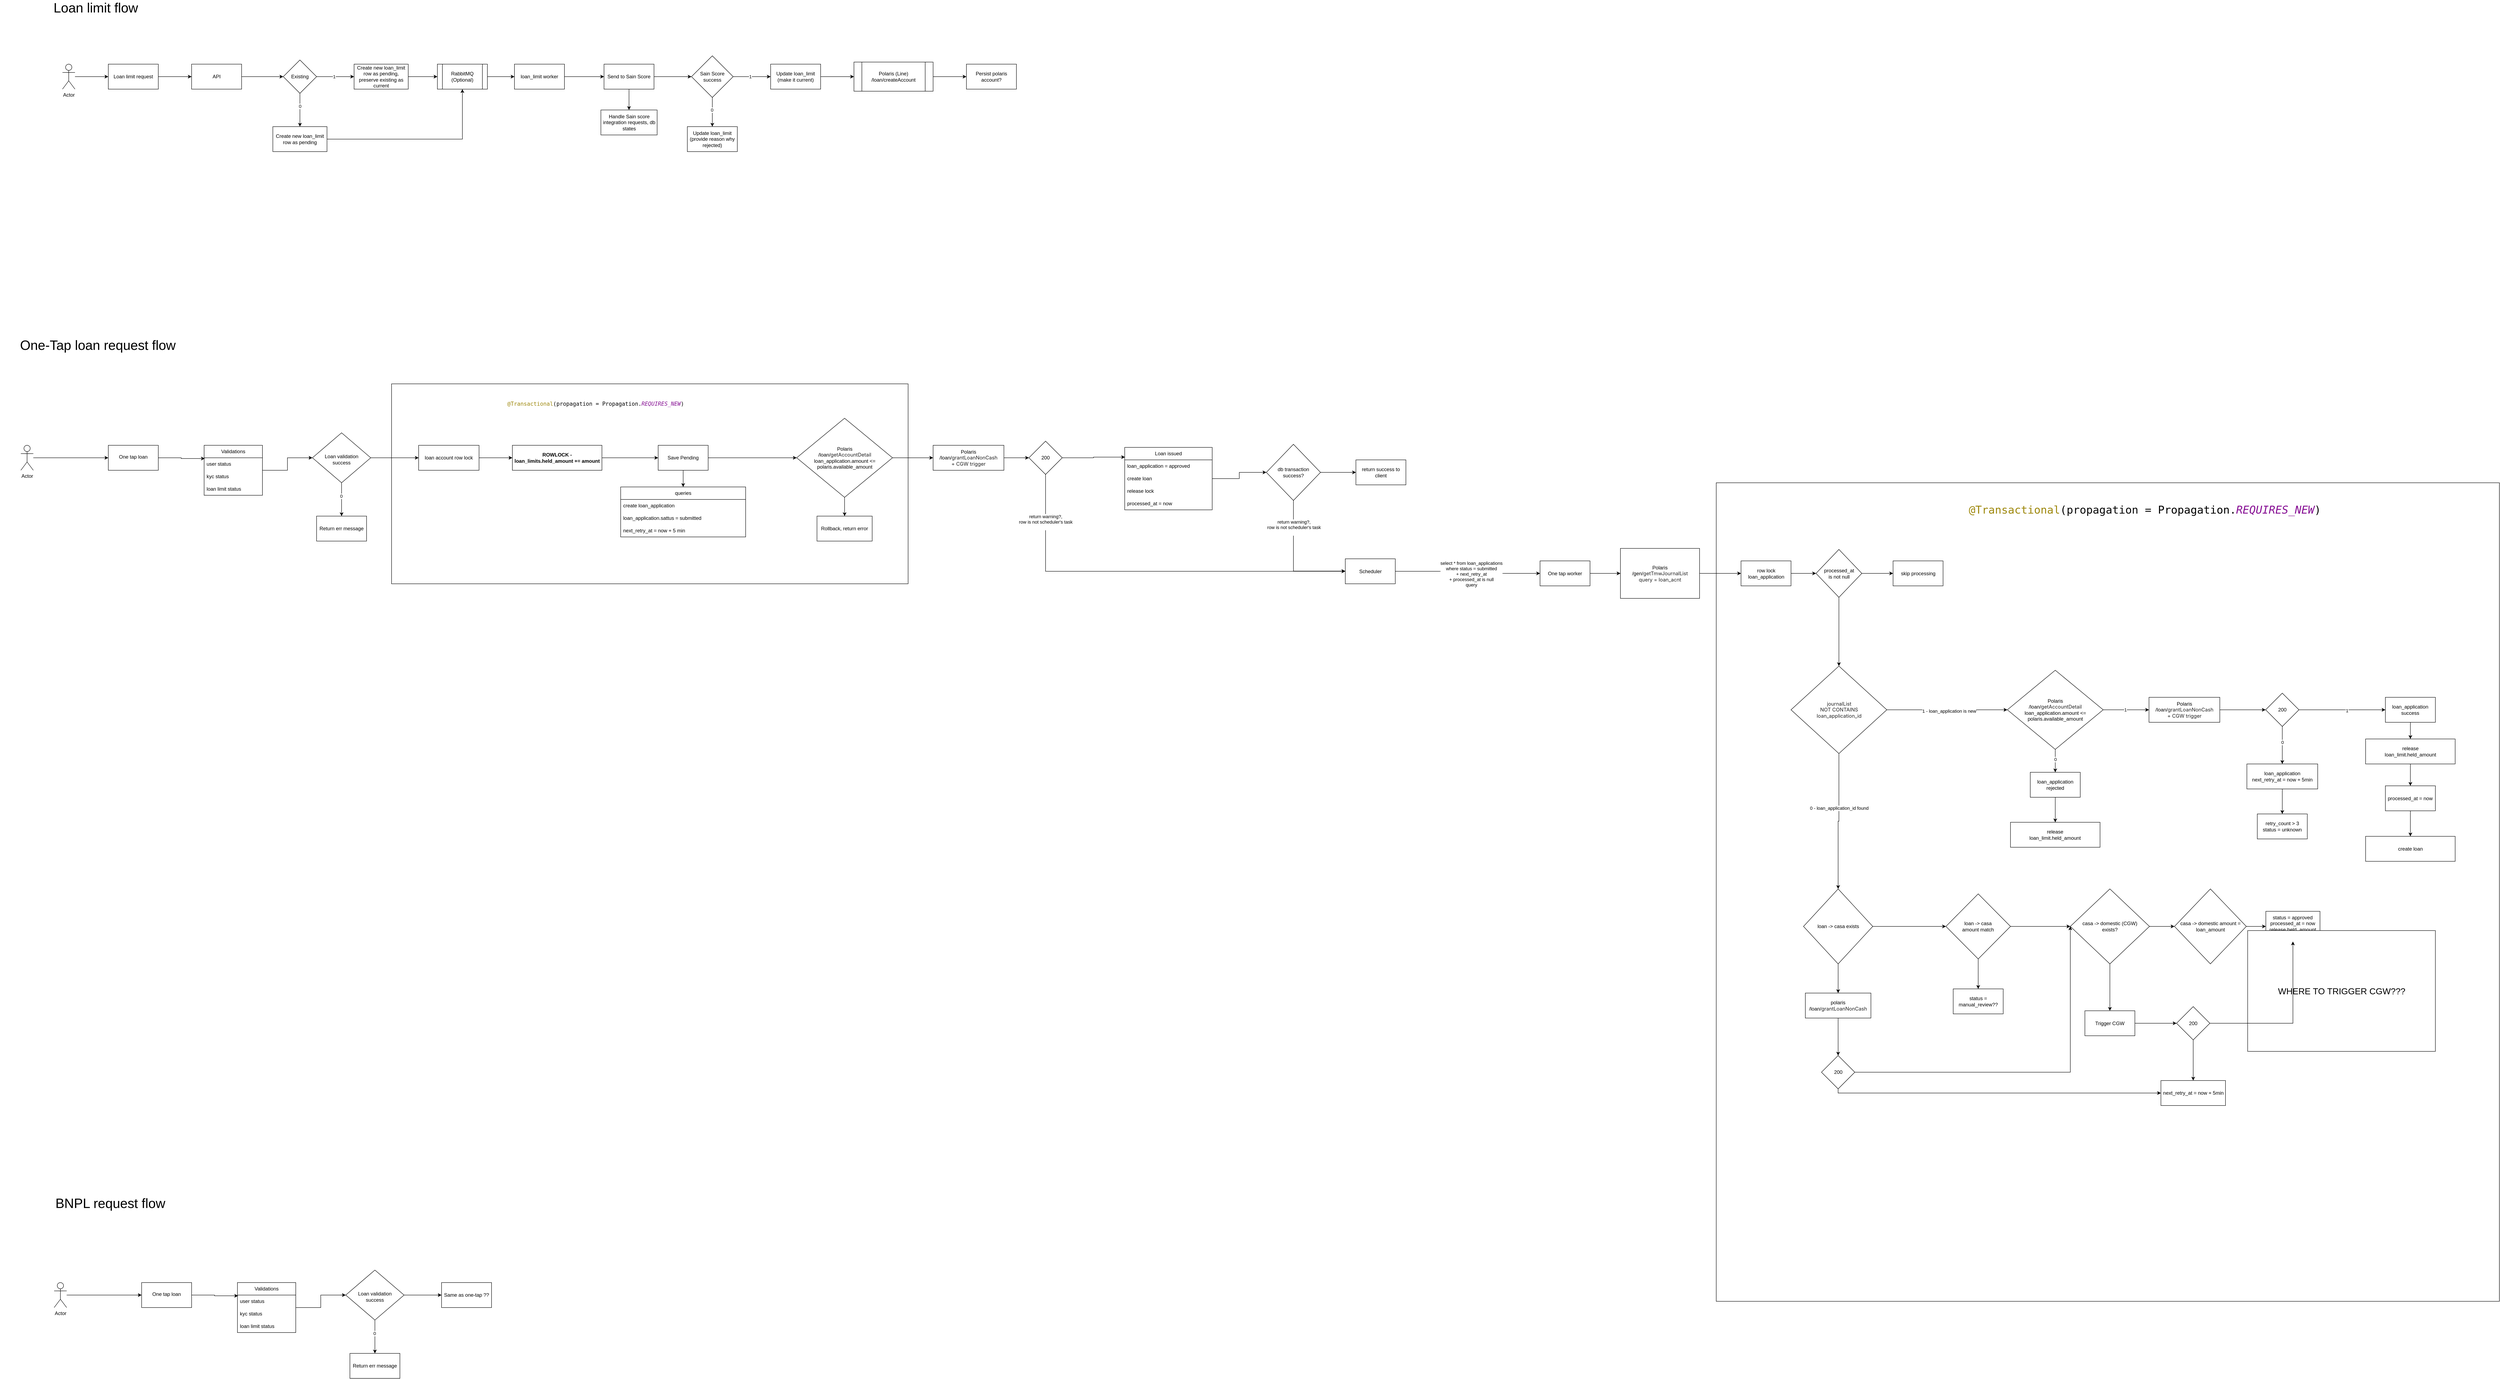
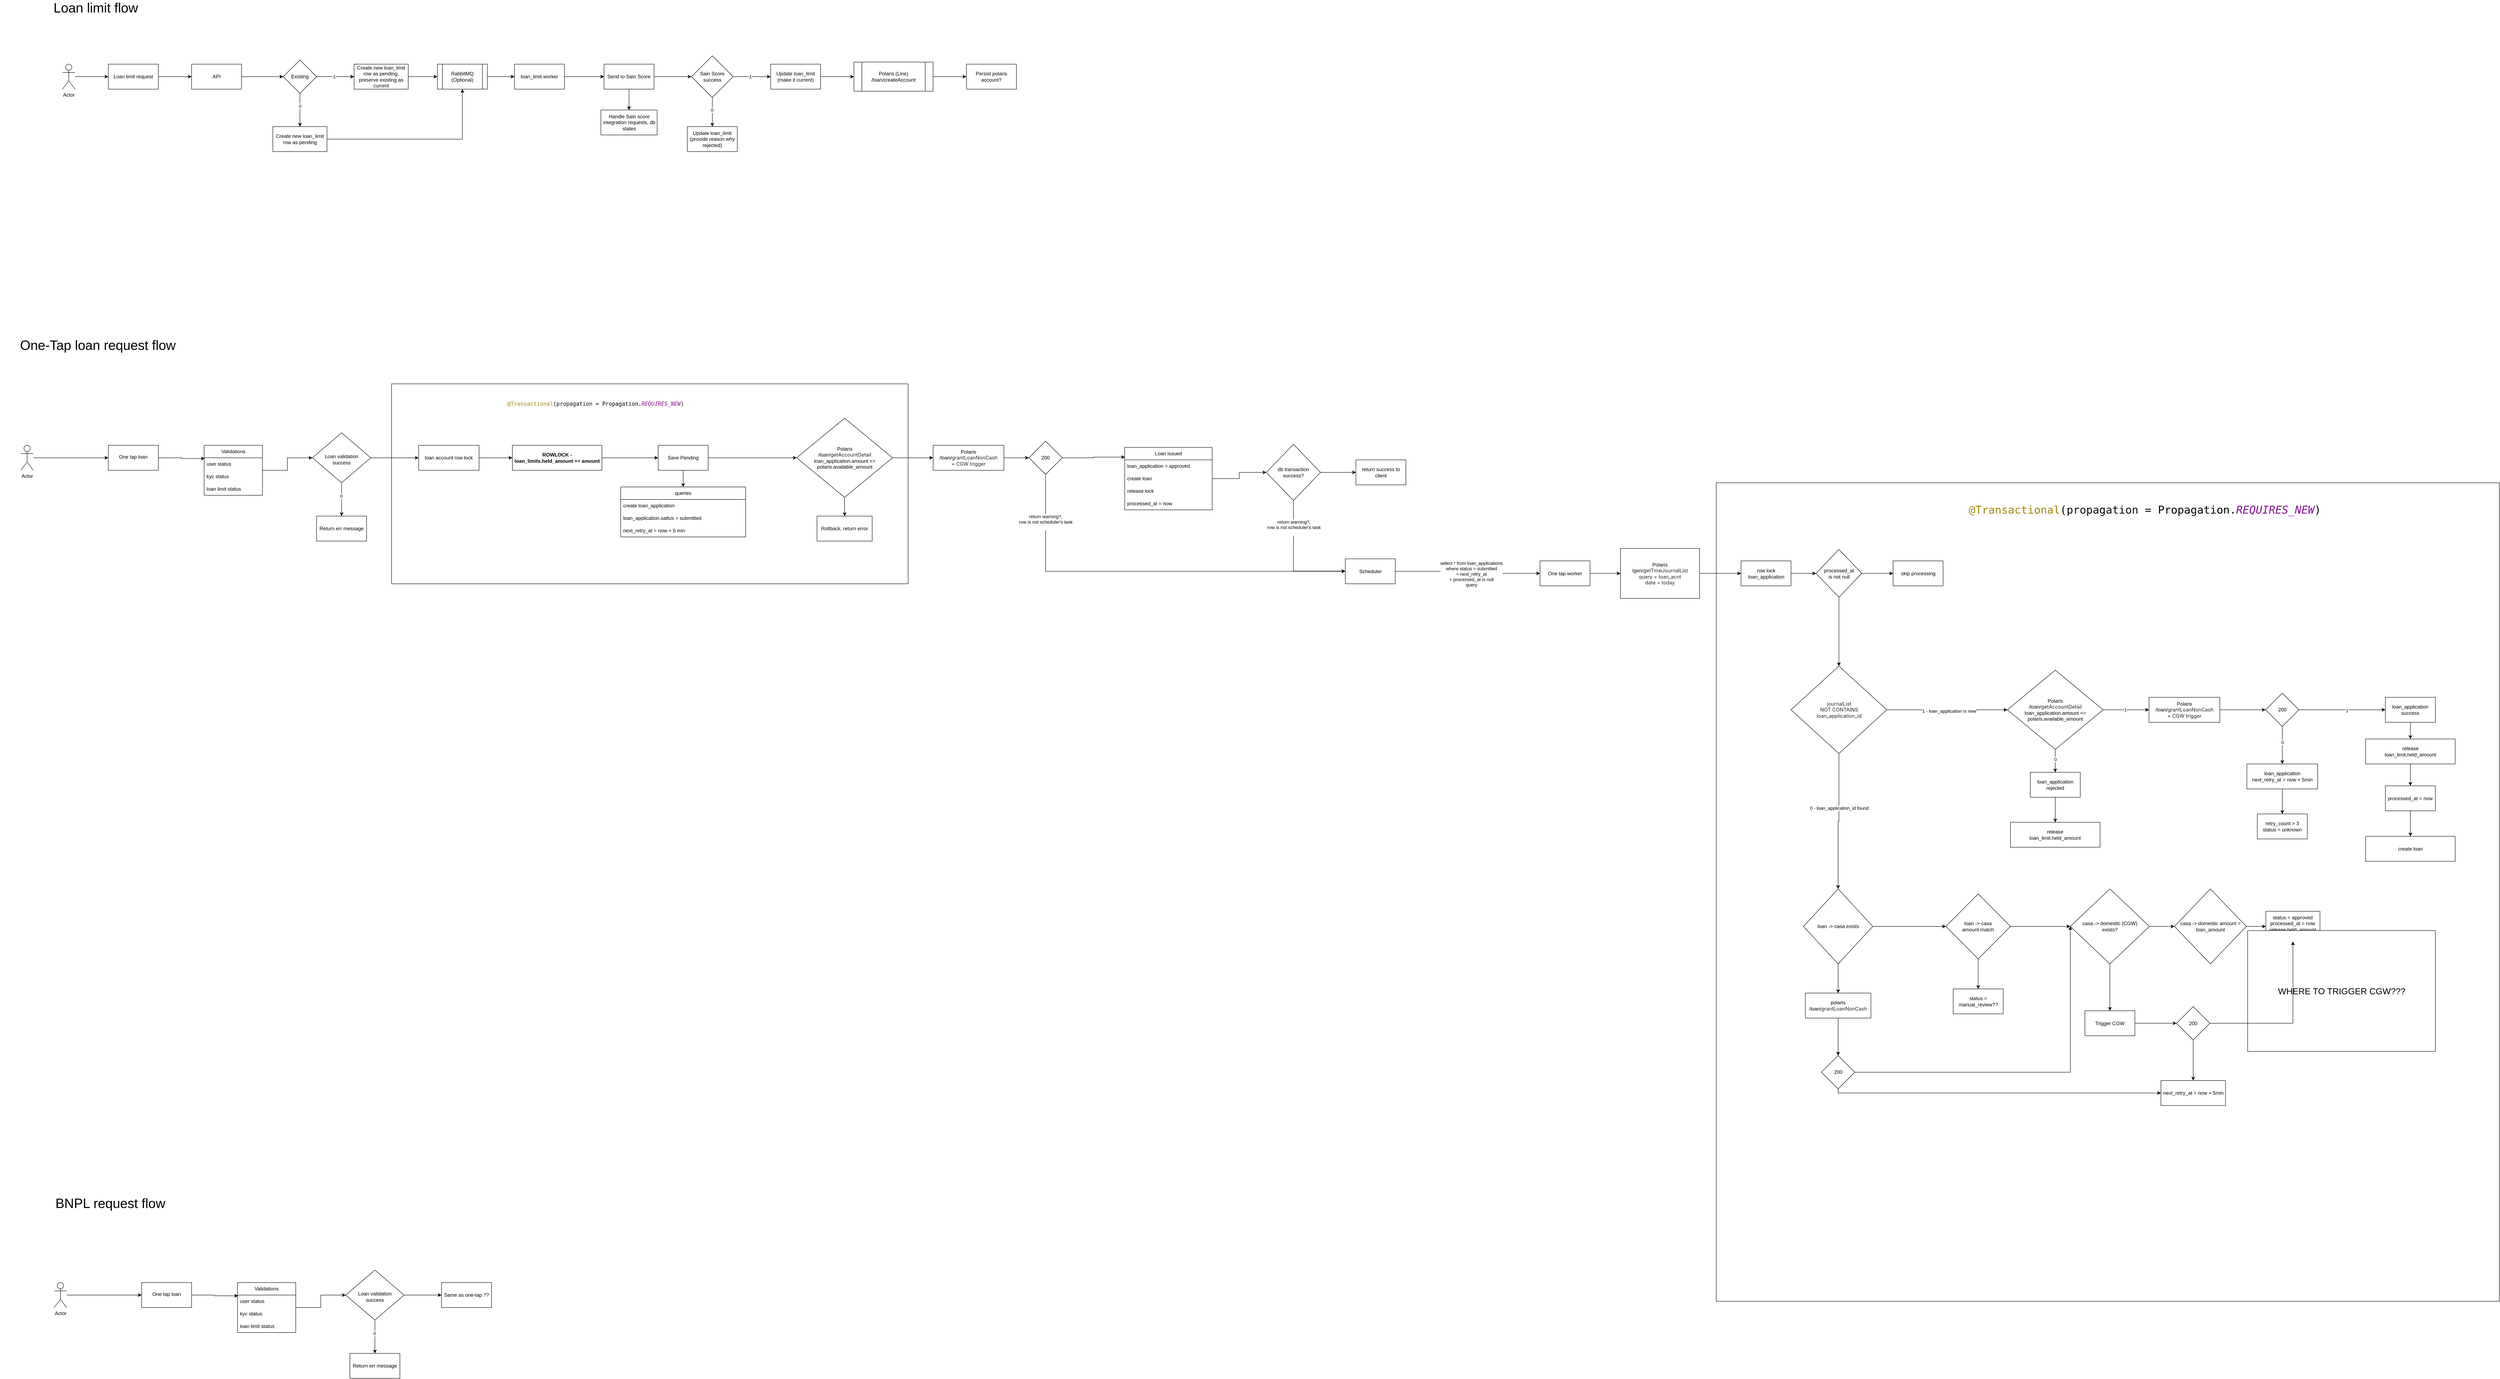
<mxfile host="app.diagrams.net">
  <diagram name="Page-1" id="VCBSuIh8bz7kurrQ0Zaz">
    <mxGraphModel dx="2067" dy="712" grid="1" gridSize="10" guides="1" tooltips="1" connect="1" arrows="1" fold="1" page="1" pageScale="1" pageWidth="850" pageHeight="1100" math="0" shadow="0">
      <root>
        <mxCell id="0" />
        <mxCell id="1" parent="0" />
        <mxCell id="In8fDh9ZLN2M87an2Miy-188" parent="1" style="rounded=0;whiteSpace=wrap;html=1;movable=0;resizable=0;rotatable=0;deletable=0;editable=0;locked=1;connectable=0;" value="" vertex="1">
          <mxGeometry height="1965" width="1880" x="4010" y="1215" as="geometry" />
        </mxCell>
        <mxCell id="In8fDh9ZLN2M87an2Miy-172" parent="1" style="rounded=0;whiteSpace=wrap;html=1;" value="" vertex="1">
          <mxGeometry height="480" width="1240" x="830" y="977.5" as="geometry" />
        </mxCell>
        <mxCell id="KqixbsF9o6dLofBvsG9t-5" edge="1" parent="1" source="KqixbsF9o6dLofBvsG9t-1" style="edgeStyle=orthogonalEdgeStyle;rounded=0;orthogonalLoop=1;jettySize=auto;html=1;" target="KqixbsF9o6dLofBvsG9t-4" value="">
          <mxGeometry relative="1" as="geometry" />
        </mxCell>
        <mxCell id="KqixbsF9o6dLofBvsG9t-1" parent="1" style="rounded=0;whiteSpace=wrap;html=1;" value="Loan limit request" vertex="1">
          <mxGeometry height="60" width="120" x="150" y="210" as="geometry" />
        </mxCell>
        <mxCell id="KqixbsF9o6dLofBvsG9t-3" edge="1" parent="1" source="KqixbsF9o6dLofBvsG9t-2" style="edgeStyle=orthogonalEdgeStyle;rounded=0;orthogonalLoop=1;jettySize=auto;html=1;" target="KqixbsF9o6dLofBvsG9t-1" value="">
          <mxGeometry relative="1" as="geometry" />
        </mxCell>
        <mxCell id="KqixbsF9o6dLofBvsG9t-2" parent="1" style="shape=umlActor;verticalLabelPosition=bottom;verticalAlign=top;html=1;outlineConnect=0;" value="Actor" vertex="1">
          <mxGeometry height="60" width="30" x="40" y="210" as="geometry" />
        </mxCell>
        <mxCell id="KqixbsF9o6dLofBvsG9t-9" edge="1" parent="1" source="KqixbsF9o6dLofBvsG9t-4" style="edgeStyle=orthogonalEdgeStyle;rounded=0;orthogonalLoop=1;jettySize=auto;html=1;" target="KqixbsF9o6dLofBvsG9t-8" value="">
          <mxGeometry relative="1" as="geometry" />
        </mxCell>
        <mxCell id="KqixbsF9o6dLofBvsG9t-4" parent="1" style="rounded=0;whiteSpace=wrap;html=1;" value="API" vertex="1">
          <mxGeometry height="60" width="120" x="350" y="210" as="geometry" />
        </mxCell>
        <mxCell id="KqixbsF9o6dLofBvsG9t-11" edge="1" parent="1" source="KqixbsF9o6dLofBvsG9t-8" style="edgeStyle=orthogonalEdgeStyle;rounded=0;orthogonalLoop=1;jettySize=auto;html=1;" target="KqixbsF9o6dLofBvsG9t-10" value="">
          <mxGeometry relative="1" as="geometry" />
        </mxCell>
        <mxCell id="KqixbsF9o6dLofBvsG9t-12" connectable="0" parent="KqixbsF9o6dLofBvsG9t-11" style="edgeLabel;html=1;align=center;verticalAlign=middle;resizable=0;points=[];" value="1" vertex="1">
          <mxGeometry relative="1" x="-0.079" as="geometry">
            <mxPoint as="offset" />
          </mxGeometry>
        </mxCell>
        <mxCell id="KqixbsF9o6dLofBvsG9t-14" edge="1" parent="1" source="KqixbsF9o6dLofBvsG9t-8" style="edgeStyle=orthogonalEdgeStyle;rounded=0;orthogonalLoop=1;jettySize=auto;html=1;" target="KqixbsF9o6dLofBvsG9t-13" value="">
          <mxGeometry relative="1" as="geometry" />
        </mxCell>
        <mxCell id="KqixbsF9o6dLofBvsG9t-15" connectable="0" parent="KqixbsF9o6dLofBvsG9t-14" style="edgeLabel;html=1;align=center;verticalAlign=middle;resizable=0;points=[];" value="0" vertex="1">
          <mxGeometry relative="1" x="-0.2407" as="geometry">
            <mxPoint as="offset" />
          </mxGeometry>
        </mxCell>
        <mxCell id="KqixbsF9o6dLofBvsG9t-8" parent="1" style="rhombus;whiteSpace=wrap;html=1;rounded=0;" value="Existing" vertex="1">
          <mxGeometry height="80" width="80" x="570" y="200" as="geometry" />
        </mxCell>
        <mxCell id="KqixbsF9o6dLofBvsG9t-23" edge="1" parent="1" source="KqixbsF9o6dLofBvsG9t-10" style="edgeStyle=orthogonalEdgeStyle;rounded=0;orthogonalLoop=1;jettySize=auto;html=1;" target="KqixbsF9o6dLofBvsG9t-22" value="">
          <mxGeometry relative="1" as="geometry" />
        </mxCell>
        <mxCell id="KqixbsF9o6dLofBvsG9t-10" parent="1" style="whiteSpace=wrap;html=1;rounded=0;" value="Create new loan_limit row as pending, preserve existing as current" vertex="1">
          <mxGeometry height="60" width="130" x="740" y="210" as="geometry" />
        </mxCell>
        <mxCell id="KqixbsF9o6dLofBvsG9t-26" edge="1" parent="1" source="KqixbsF9o6dLofBvsG9t-13" style="edgeStyle=orthogonalEdgeStyle;rounded=0;orthogonalLoop=1;jettySize=auto;html=1;entryX=0.5;entryY=1;entryDx=0;entryDy=0;" target="KqixbsF9o6dLofBvsG9t-22">
          <mxGeometry relative="1" as="geometry" />
        </mxCell>
        <mxCell id="KqixbsF9o6dLofBvsG9t-13" parent="1" style="whiteSpace=wrap;html=1;rounded=0;" value="Create new loan_limit row as pending" vertex="1">
          <mxGeometry height="60" width="130" x="545" y="360" as="geometry" />
        </mxCell>
        <mxCell id="KqixbsF9o6dLofBvsG9t-25" edge="1" parent="1" source="KqixbsF9o6dLofBvsG9t-22" style="edgeStyle=orthogonalEdgeStyle;rounded=0;orthogonalLoop=1;jettySize=auto;html=1;" target="KqixbsF9o6dLofBvsG9t-24" value="">
          <mxGeometry relative="1" as="geometry" />
        </mxCell>
        <mxCell id="KqixbsF9o6dLofBvsG9t-22" parent="1" style="shape=process;whiteSpace=wrap;html=1;backgroundOutline=1;rounded=0;" value="RabbitMQ (Optional)" vertex="1">
          <mxGeometry height="60" width="120" x="940" y="210" as="geometry" />
        </mxCell>
        <mxCell id="KqixbsF9o6dLofBvsG9t-28" edge="1" parent="1" source="KqixbsF9o6dLofBvsG9t-24" style="edgeStyle=orthogonalEdgeStyle;rounded=0;orthogonalLoop=1;jettySize=auto;html=1;" target="KqixbsF9o6dLofBvsG9t-27" value="">
          <mxGeometry relative="1" as="geometry" />
        </mxCell>
        <mxCell id="KqixbsF9o6dLofBvsG9t-24" parent="1" style="whiteSpace=wrap;html=1;rounded=0;" value="loan_limit worker" vertex="1">
          <mxGeometry height="60" width="120" x="1125" y="210" as="geometry" />
        </mxCell>
        <mxCell id="KqixbsF9o6dLofBvsG9t-30" edge="1" parent="1" source="KqixbsF9o6dLofBvsG9t-27" style="edgeStyle=orthogonalEdgeStyle;rounded=0;orthogonalLoop=1;jettySize=auto;html=1;" target="KqixbsF9o6dLofBvsG9t-29" value="">
          <mxGeometry relative="1" as="geometry" />
        </mxCell>
        <mxCell id="KqixbsF9o6dLofBvsG9t-38" edge="1" parent="1" source="KqixbsF9o6dLofBvsG9t-27" style="edgeStyle=orthogonalEdgeStyle;rounded=0;orthogonalLoop=1;jettySize=auto;html=1;" target="KqixbsF9o6dLofBvsG9t-37" value="">
          <mxGeometry relative="1" as="geometry" />
        </mxCell>
        <mxCell id="KqixbsF9o6dLofBvsG9t-27" parent="1" style="whiteSpace=wrap;html=1;rounded=0;" value="Send to Sain Score" vertex="1">
          <mxGeometry height="60" width="120" x="1340" y="210" as="geometry" />
        </mxCell>
        <mxCell id="KqixbsF9o6dLofBvsG9t-32" edge="1" parent="1" source="KqixbsF9o6dLofBvsG9t-29" style="edgeStyle=orthogonalEdgeStyle;rounded=0;orthogonalLoop=1;jettySize=auto;html=1;" target="KqixbsF9o6dLofBvsG9t-31" value="">
          <mxGeometry relative="1" as="geometry" />
        </mxCell>
        <mxCell id="KqixbsF9o6dLofBvsG9t-33" connectable="0" parent="KqixbsF9o6dLofBvsG9t-32" style="edgeLabel;html=1;align=center;verticalAlign=middle;resizable=0;points=[];" value="1" vertex="1">
          <mxGeometry relative="1" x="-0.1048" as="geometry">
            <mxPoint as="offset" />
          </mxGeometry>
        </mxCell>
        <mxCell id="KqixbsF9o6dLofBvsG9t-35" edge="1" parent="1" source="KqixbsF9o6dLofBvsG9t-29" style="edgeStyle=orthogonalEdgeStyle;rounded=0;orthogonalLoop=1;jettySize=auto;html=1;" target="KqixbsF9o6dLofBvsG9t-34" value="">
          <mxGeometry relative="1" as="geometry" />
        </mxCell>
        <mxCell id="KqixbsF9o6dLofBvsG9t-36" connectable="0" parent="KqixbsF9o6dLofBvsG9t-35" style="edgeLabel;html=1;align=center;verticalAlign=middle;resizable=0;points=[];" value="0" vertex="1">
          <mxGeometry relative="1" x="-0.1429" y="-1" as="geometry">
            <mxPoint as="offset" />
          </mxGeometry>
        </mxCell>
        <mxCell id="KqixbsF9o6dLofBvsG9t-29" parent="1" style="rhombus;whiteSpace=wrap;html=1;rounded=0;" value="Sain Score success" vertex="1">
          <mxGeometry height="100" width="100" x="1550" y="190" as="geometry" />
        </mxCell>
        <mxCell id="KqixbsF9o6dLofBvsG9t-66" edge="1" parent="1" source="KqixbsF9o6dLofBvsG9t-31" style="edgeStyle=orthogonalEdgeStyle;rounded=0;orthogonalLoop=1;jettySize=auto;html=1;" target="KqixbsF9o6dLofBvsG9t-65" value="">
          <mxGeometry relative="1" as="geometry" />
        </mxCell>
        <mxCell id="KqixbsF9o6dLofBvsG9t-31" parent="1" style="whiteSpace=wrap;html=1;rounded=0;" value="Update loan_limit (make it current)" vertex="1">
          <mxGeometry height="60" width="120" x="1740" y="210" as="geometry" />
        </mxCell>
        <mxCell id="KqixbsF9o6dLofBvsG9t-34" parent="1" style="whiteSpace=wrap;html=1;rounded=0;" value="Update loan_limit&lt;br&gt;(provide reason why rejected)" vertex="1">
          <mxGeometry height="60" width="120" x="1540" y="360" as="geometry" />
        </mxCell>
        <mxCell id="KqixbsF9o6dLofBvsG9t-37" parent="1" style="whiteSpace=wrap;html=1;rounded=0;" value="Handle Sain score integration requests, db states" vertex="1">
          <mxGeometry height="60" width="135" x="1332.5" y="320" as="geometry" />
        </mxCell>
        <mxCell id="KqixbsF9o6dLofBvsG9t-40" parent="1" style="text;html=1;whiteSpace=wrap;strokeColor=none;fillColor=none;align=center;verticalAlign=middle;rounded=0;fontSize=32;" value="Loan limit flow" vertex="1">
          <mxGeometry height="30" width="260" x="-10" y="60" as="geometry" />
        </mxCell>
        <mxCell id="KqixbsF9o6dLofBvsG9t-74" edge="1" parent="1" source="KqixbsF9o6dLofBvsG9t-65" style="edgeStyle=orthogonalEdgeStyle;rounded=0;orthogonalLoop=1;jettySize=auto;html=1;" target="KqixbsF9o6dLofBvsG9t-73" value="">
          <mxGeometry relative="1" as="geometry" />
        </mxCell>
        <mxCell id="KqixbsF9o6dLofBvsG9t-65" parent="1" style="shape=process;whiteSpace=wrap;html=1;backgroundOutline=1;rounded=0;" value="Polaris (Line)&lt;br&gt;/loan/createAccount" vertex="1">
          <mxGeometry height="70" width="190" x="1940" y="205" as="geometry" />
        </mxCell>
        <mxCell id="KqixbsF9o6dLofBvsG9t-73" parent="1" style="whiteSpace=wrap;html=1;rounded=0;" value="Persist polaris account?" vertex="1">
          <mxGeometry height="60" width="120" x="2210" y="210" as="geometry" />
        </mxCell>
        <mxCell id="U8Ajh8Gpa-m2DNKNFQys-1" parent="1" style="text;html=1;whiteSpace=wrap;strokeColor=none;fillColor=none;align=center;verticalAlign=middle;rounded=0;fontSize=32;" value="One-Tap loan request flow" vertex="1">
          <mxGeometry height="30" width="470" x="-110" y="870" as="geometry" />
        </mxCell>
        <mxCell id="In8fDh9ZLN2M87an2Miy-1" edge="1" parent="1" source="In8fDh9ZLN2M87an2Miy-2" style="edgeStyle=orthogonalEdgeStyle;rounded=0;orthogonalLoop=1;jettySize=auto;html=1;" target="In8fDh9ZLN2M87an2Miy-4" value="">
          <mxGeometry relative="1" as="geometry" />
        </mxCell>
        <mxCell id="In8fDh9ZLN2M87an2Miy-2" parent="1" style="shape=umlActor;verticalLabelPosition=bottom;verticalAlign=top;html=1;outlineConnect=0;" value="Actor" vertex="1">
          <mxGeometry height="60" width="30" x="-60" y="1125" as="geometry" />
        </mxCell>
        <mxCell id="In8fDh9ZLN2M87an2Miy-3" edge="1" parent="1" source="In8fDh9ZLN2M87an2Miy-4" style="edgeStyle=orthogonalEdgeStyle;rounded=0;orthogonalLoop=1;jettySize=auto;html=1;entryX=0.011;entryY=0.06;entryDx=0;entryDy=0;entryPerimeter=0;" target="In8fDh9ZLN2M87an2Miy-28" value="">
          <mxGeometry relative="1" as="geometry">
            <mxPoint x="360" y="1155" as="targetPoint" />
          </mxGeometry>
        </mxCell>
        <mxCell id="In8fDh9ZLN2M87an2Miy-4" parent="1" style="whiteSpace=wrap;html=1;verticalAlign=top;" value="&lt;div&gt;&lt;br&gt;&lt;/div&gt;&lt;div&gt;One tap loan&lt;/div&gt;" vertex="1">
          <mxGeometry height="60" width="120" x="150" y="1125" as="geometry" />
        </mxCell>
        <mxCell id="In8fDh9ZLN2M87an2Miy-7" edge="1" parent="1" source="In8fDh9ZLN2M87an2Miy-9" style="edgeStyle=orthogonalEdgeStyle;rounded=0;orthogonalLoop=1;jettySize=auto;html=1;" target="In8fDh9ZLN2M87an2Miy-13" value="">
          <mxGeometry relative="1" as="geometry" />
        </mxCell>
        <mxCell id="In8fDh9ZLN2M87an2Miy-8" connectable="0" parent="In8fDh9ZLN2M87an2Miy-7" style="edgeLabel;html=1;align=center;verticalAlign=middle;resizable=0;points=[];" value="0" vertex="1">
          <mxGeometry relative="1" x="-0.2091" y="-1" as="geometry">
            <mxPoint as="offset" />
          </mxGeometry>
        </mxCell>
        <mxCell id="In8fDh9ZLN2M87an2Miy-163" edge="1" parent="1" source="In8fDh9ZLN2M87an2Miy-9" style="edgeStyle=orthogonalEdgeStyle;rounded=0;orthogonalLoop=1;jettySize=auto;html=1;entryX=0;entryY=0.5;entryDx=0;entryDy=0;" target="In8fDh9ZLN2M87an2Miy-161">
          <mxGeometry relative="1" as="geometry" />
        </mxCell>
        <mxCell id="In8fDh9ZLN2M87an2Miy-9" parent="1" style="rhombus;whiteSpace=wrap;html=1;verticalAlign=top;" value="&lt;br&gt;&lt;br&gt;&lt;div&gt;&lt;br&gt;&lt;/div&gt;&lt;div&gt;Loan validation&lt;br&gt;success&lt;/div&gt;" vertex="1">
          <mxGeometry height="120" width="140" x="640" y="1095" as="geometry" />
        </mxCell>
        <mxCell id="In8fDh9ZLN2M87an2Miy-10" edge="1" parent="1" source="In8fDh9ZLN2M87an2Miy-12" style="edgeStyle=orthogonalEdgeStyle;rounded=0;orthogonalLoop=1;jettySize=auto;html=1;entryX=0.5;entryY=0;entryDx=0;entryDy=0;" target="In8fDh9ZLN2M87an2Miy-14">
          <mxGeometry relative="1" as="geometry" />
        </mxCell>
        <mxCell id="In8fDh9ZLN2M87an2Miy-54" edge="1" parent="1" source="In8fDh9ZLN2M87an2Miy-105" style="edgeStyle=orthogonalEdgeStyle;rounded=0;orthogonalLoop=1;jettySize=auto;html=1;exitX=1;exitY=0.5;exitDx=0;exitDy=0;" target="In8fDh9ZLN2M87an2Miy-53" value="">
          <mxGeometry relative="1" as="geometry">
            <mxPoint x="3329.5" y="1432.5" as="sourcePoint" />
          </mxGeometry>
        </mxCell>
        <mxCell id="In8fDh9ZLN2M87an2Miy-55" connectable="0" parent="In8fDh9ZLN2M87an2Miy-54" style="edgeLabel;html=1;align=center;verticalAlign=middle;resizable=0;points=[];" value="select * from loan_applications&lt;br&gt;where status = submitted&lt;br&gt;+ next_retry_at&lt;br&gt;+ processed_at is null&lt;br&gt;query" vertex="1">
          <mxGeometry relative="1" x="0.0637" y="-1" as="geometry">
            <mxPoint as="offset" />
          </mxGeometry>
        </mxCell>
        <mxCell id="In8fDh9ZLN2M87an2Miy-173" edge="1" parent="1" source="In8fDh9ZLN2M87an2Miy-12" style="edgeStyle=orthogonalEdgeStyle;rounded=0;orthogonalLoop=1;jettySize=auto;html=1;entryX=0;entryY=0.5;entryDx=0;entryDy=0;" target="In8fDh9ZLN2M87an2Miy-152">
          <mxGeometry relative="1" as="geometry" />
        </mxCell>
        <mxCell id="In8fDh9ZLN2M87an2Miy-12" parent="1" style="whiteSpace=wrap;html=1;verticalAlign=middle;" value="Save Pending" vertex="1">
          <mxGeometry height="60" width="120" x="1470" y="1125" as="geometry" />
        </mxCell>
        <mxCell id="In8fDh9ZLN2M87an2Miy-13" parent="1" style="whiteSpace=wrap;html=1;verticalAlign=middle;" value="Return err message" vertex="1">
          <mxGeometry height="60" width="120" x="650" y="1295" as="geometry" />
        </mxCell>
        <mxCell id="In8fDh9ZLN2M87an2Miy-14" parent="1" style="swimlane;fontStyle=0;childLayout=stackLayout;horizontal=1;startSize=30;horizontalStack=0;resizeParent=1;resizeParentMax=0;resizeLast=0;collapsible=1;marginBottom=0;whiteSpace=wrap;html=1;" value="queries" vertex="1">
          <mxGeometry height="120" width="300" x="1380" y="1225" as="geometry" />
        </mxCell>
        <mxCell id="In8fDh9ZLN2M87an2Miy-15" parent="In8fDh9ZLN2M87an2Miy-14" style="text;strokeColor=none;fillColor=none;align=left;verticalAlign=middle;spacingLeft=4;spacingRight=4;overflow=hidden;points=[[0,0.5],[1,0.5]];portConstraint=eastwest;rotatable=0;whiteSpace=wrap;html=1;" value="create loan_application" vertex="1">
          <mxGeometry height="30" width="300" y="30" as="geometry" />
        </mxCell>
        <mxCell id="In8fDh9ZLN2M87an2Miy-104" parent="In8fDh9ZLN2M87an2Miy-14" style="text;strokeColor=none;fillColor=none;align=left;verticalAlign=middle;spacingLeft=4;spacingRight=4;overflow=hidden;points=[[0,0.5],[1,0.5]];portConstraint=eastwest;rotatable=0;whiteSpace=wrap;html=1;" value="loan_application.sattus = submitted" vertex="1">
          <mxGeometry height="30" width="300" y="60" as="geometry" />
        </mxCell>
        <mxCell id="In8fDh9ZLN2M87an2Miy-17" parent="In8fDh9ZLN2M87an2Miy-14" style="text;strokeColor=none;fillColor=none;align=left;verticalAlign=middle;spacingLeft=4;spacingRight=4;overflow=hidden;points=[[0,0.5],[1,0.5]];portConstraint=eastwest;rotatable=0;whiteSpace=wrap;html=1;" value="next_retry_at = now + 5 min" vertex="1">
          <mxGeometry height="30" width="300" y="90" as="geometry" />
        </mxCell>
        <mxCell id="In8fDh9ZLN2M87an2Miy-32" edge="1" parent="1" source="In8fDh9ZLN2M87an2Miy-27" style="edgeStyle=orthogonalEdgeStyle;rounded=0;orthogonalLoop=1;jettySize=auto;html=1;entryX=0;entryY=0.5;entryDx=0;entryDy=0;" target="In8fDh9ZLN2M87an2Miy-9">
          <mxGeometry relative="1" as="geometry" />
        </mxCell>
        <mxCell id="In8fDh9ZLN2M87an2Miy-27" parent="1" style="swimlane;fontStyle=0;childLayout=stackLayout;horizontal=1;startSize=30;horizontalStack=0;resizeParent=1;resizeParentMax=0;resizeLast=0;collapsible=1;marginBottom=0;whiteSpace=wrap;html=1;" value="Validations" vertex="1">
          <mxGeometry height="120" width="140" x="380" y="1125" as="geometry" />
        </mxCell>
        <mxCell id="In8fDh9ZLN2M87an2Miy-28" parent="In8fDh9ZLN2M87an2Miy-27" style="text;strokeColor=none;fillColor=none;align=left;verticalAlign=middle;spacingLeft=4;spacingRight=4;overflow=hidden;points=[[0,0.5],[1,0.5]];portConstraint=eastwest;rotatable=0;whiteSpace=wrap;html=1;" value="user status" vertex="1">
          <mxGeometry height="30" width="140" y="30" as="geometry" />
        </mxCell>
        <mxCell id="In8fDh9ZLN2M87an2Miy-29" parent="In8fDh9ZLN2M87an2Miy-27" style="text;strokeColor=none;fillColor=none;align=left;verticalAlign=middle;spacingLeft=4;spacingRight=4;overflow=hidden;points=[[0,0.5],[1,0.5]];portConstraint=eastwest;rotatable=0;whiteSpace=wrap;html=1;" value="kyc status" vertex="1">
          <mxGeometry height="30" width="140" y="60" as="geometry" />
        </mxCell>
        <mxCell id="In8fDh9ZLN2M87an2Miy-33" parent="In8fDh9ZLN2M87an2Miy-27" style="text;strokeColor=none;fillColor=none;align=left;verticalAlign=middle;spacingLeft=4;spacingRight=4;overflow=hidden;points=[[0,0.5],[1,0.5]];portConstraint=eastwest;rotatable=0;whiteSpace=wrap;html=1;" value="loan limit status" vertex="1">
          <mxGeometry height="30" width="140" y="90" as="geometry" />
        </mxCell>
        <mxCell id="In8fDh9ZLN2M87an2Miy-116" edge="1" parent="1" source="In8fDh9ZLN2M87an2Miy-53" style="edgeStyle=orthogonalEdgeStyle;rounded=0;orthogonalLoop=1;jettySize=auto;html=1;entryX=0;entryY=0.5;entryDx=0;entryDy=0;" target="In8fDh9ZLN2M87an2Miy-68">
          <mxGeometry relative="1" as="geometry" />
        </mxCell>
        <mxCell id="In8fDh9ZLN2M87an2Miy-53" parent="1" style="whiteSpace=wrap;html=1;" value="One tap worker" vertex="1">
          <mxGeometry height="60" width="120" x="3587" y="1402.5" as="geometry" />
        </mxCell>
        <mxCell id="In8fDh9ZLN2M87an2Miy-67" edge="1" parent="1" source="In8fDh9ZLN2M87an2Miy-58" style="edgeStyle=orthogonalEdgeStyle;rounded=0;orthogonalLoop=1;jettySize=auto;html=1;entryX=0;entryY=0.5;entryDx=0;entryDy=0;" target="In8fDh9ZLN2M87an2Miy-66" value="">
          <mxGeometry relative="1" as="geometry">
            <mxPoint x="5343.87" y="1760" as="targetPoint" />
          </mxGeometry>
        </mxCell>
        <mxCell id="In8fDh9ZLN2M87an2Miy-58" parent="1" style="whiteSpace=wrap;html=1;" value="Polaris /loan/&lt;span style=&quot;color: rgb(33, 33, 33); font-family: Inter, system-ui, -apple-system, &amp;quot;system-ui&amp;quot;, &amp;quot;Segoe UI&amp;quot;, Roboto, Oxygen, Ubuntu, Cantarell, &amp;quot;Fira Sans&amp;quot;, &amp;quot;Droid Sans&amp;quot;, Helvetica, Arial, sans-serif; text-align: left; white-space: pre-wrap; background-color: rgb(255, 255, 255);&quot;&gt;grantLoanNonCash&lt;br/&gt;+ CGW trigger&lt;/span&gt;" vertex="1">
          <mxGeometry height="60" width="170" x="5048.87" y="1730" as="geometry" />
        </mxCell>
        <mxCell id="In8fDh9ZLN2M87an2Miy-62" edge="1" parent="1" source="In8fDh9ZLN2M87an2Miy-59" style="edgeStyle=orthogonalEdgeStyle;rounded=0;orthogonalLoop=1;jettySize=auto;html=1;" target="In8fDh9ZLN2M87an2Miy-61" value="">
          <mxGeometry relative="1" as="geometry" />
        </mxCell>
        <mxCell id="In8fDh9ZLN2M87an2Miy-91" connectable="0" parent="In8fDh9ZLN2M87an2Miy-62" style="edgeLabel;html=1;align=center;verticalAlign=middle;resizable=0;points=[];" value="0" vertex="1">
          <mxGeometry relative="1" x="-0.1431" as="geometry">
            <mxPoint as="offset" />
          </mxGeometry>
        </mxCell>
        <mxCell id="In8fDh9ZLN2M87an2Miy-65" edge="1" parent="1" source="In8fDh9ZLN2M87an2Miy-59" style="edgeStyle=orthogonalEdgeStyle;rounded=0;orthogonalLoop=1;jettySize=auto;html=1;" target="In8fDh9ZLN2M87an2Miy-58">
          <mxGeometry relative="1" as="geometry" />
        </mxCell>
        <mxCell id="In8fDh9ZLN2M87an2Miy-90" connectable="0" parent="In8fDh9ZLN2M87an2Miy-65" style="edgeLabel;html=1;align=center;verticalAlign=middle;resizable=0;points=[];" value="1" vertex="1">
          <mxGeometry relative="1" x="-0.0451" as="geometry">
            <mxPoint as="offset" />
          </mxGeometry>
        </mxCell>
        <mxCell id="In8fDh9ZLN2M87an2Miy-59" parent="1" style="rhombus;whiteSpace=wrap;html=1;" value="Polaris&lt;br&gt;/loan/&lt;span style=&quot;color: rgb(33, 33, 33); font-family: Inter, system-ui, -apple-system, &amp;quot;system-ui&amp;quot;, &amp;quot;Segoe UI&amp;quot;, Roboto, Oxygen, Ubuntu, Cantarell, &amp;quot;Fira Sans&amp;quot;, &amp;quot;Droid Sans&amp;quot;, Helvetica, Arial, sans-serif; text-align: left; white-space: pre-wrap; background-color: rgb(255, 255, 255);&quot;&gt;getAccountDetail&lt;/span&gt;&lt;br&gt;loan_application.amount &amp;lt;= polaris.available_amount" vertex="1">
          <mxGeometry height="190" width="230" x="4708.87" y="1665" as="geometry" />
        </mxCell>
        <mxCell id="In8fDh9ZLN2M87an2Miy-64" edge="1" parent="1" source="In8fDh9ZLN2M87an2Miy-61" style="edgeStyle=orthogonalEdgeStyle;rounded=0;orthogonalLoop=1;jettySize=auto;html=1;" target="In8fDh9ZLN2M87an2Miy-63" value="">
          <mxGeometry relative="1" as="geometry" />
        </mxCell>
        <mxCell id="In8fDh9ZLN2M87an2Miy-61" parent="1" style="whiteSpace=wrap;html=1;" value="loan_application&lt;br&gt;rejected" vertex="1">
          <mxGeometry height="60" width="120" x="4763.87" y="1910" as="geometry" />
        </mxCell>
        <mxCell id="In8fDh9ZLN2M87an2Miy-63" parent="1" style="whiteSpace=wrap;html=1;" value="release &lt;br&gt;loan_limit.held_amount" vertex="1">
          <mxGeometry height="60" width="215" x="4716.37" y="2030" as="geometry" />
        </mxCell>
        <mxCell id="In8fDh9ZLN2M87an2Miy-81" edge="1" parent="1" source="In8fDh9ZLN2M87an2Miy-66" style="edgeStyle=orthogonalEdgeStyle;rounded=0;orthogonalLoop=1;jettySize=auto;html=1;entryX=0;entryY=0.5;entryDx=0;entryDy=0;" target="In8fDh9ZLN2M87an2Miy-79">
          <mxGeometry relative="1" as="geometry" />
        </mxCell>
        <mxCell id="In8fDh9ZLN2M87an2Miy-92" connectable="0" parent="In8fDh9ZLN2M87an2Miy-81" style="edgeLabel;html=1;align=center;verticalAlign=middle;resizable=0;points=[];" value="1" vertex="1">
          <mxGeometry relative="1" x="0.1055" y="-2" as="geometry">
            <mxPoint as="offset" />
          </mxGeometry>
        </mxCell>
        <mxCell id="In8fDh9ZLN2M87an2Miy-83" edge="1" parent="1" source="In8fDh9ZLN2M87an2Miy-66" style="edgeStyle=orthogonalEdgeStyle;rounded=0;orthogonalLoop=1;jettySize=auto;html=1;" target="In8fDh9ZLN2M87an2Miy-82" value="">
          <mxGeometry relative="1" as="geometry" />
        </mxCell>
        <mxCell id="In8fDh9ZLN2M87an2Miy-93" connectable="0" parent="In8fDh9ZLN2M87an2Miy-83" style="edgeLabel;html=1;align=center;verticalAlign=middle;resizable=0;points=[];" value="0" vertex="1">
          <mxGeometry relative="1" x="-0.1623" as="geometry">
            <mxPoint as="offset" />
          </mxGeometry>
        </mxCell>
        <mxCell id="In8fDh9ZLN2M87an2Miy-66" parent="1" style="rhombus;whiteSpace=wrap;html=1;" value="200" vertex="1">
          <mxGeometry height="80" width="80" x="5328.87" y="1720" as="geometry" />
        </mxCell>
        <mxCell id="In8fDh9ZLN2M87an2Miy-119" edge="1" parent="1" source="In8fDh9ZLN2M87an2Miy-68" style="edgeStyle=orthogonalEdgeStyle;rounded=0;orthogonalLoop=1;jettySize=auto;html=1;" target="In8fDh9ZLN2M87an2Miy-118" value="">
          <mxGeometry relative="1" as="geometry" />
        </mxCell>
-         <mxCell id="In8fDh9ZLN2M87an2Miy-68" parent="1" style="whiteSpace=wrap;html=1;" value="Polaris&lt;br&gt;/gen/&lt;span style=&quot;white-space: pre-wrap; color: rgb(33, 33, 33); font-family: Inter, system-ui, -apple-system, &amp;quot;system-ui&amp;quot;, &amp;quot;Segoe UI&amp;quot;, Roboto, Oxygen, Ubuntu, Cantarell, &amp;quot;Fira Sans&amp;quot;, &amp;quot;Droid Sans&amp;quot;, Helvetica, Arial, sans-serif; text-align: left; background-color: rgb(255, 255, 255);&quot;&gt;getTmwJournalList&lt;br&gt;query = loan_acnt&lt;/span&gt;" vertex="1">
+         <mxCell id="In8fDh9ZLN2M87an2Miy-68" parent="1" style="whiteSpace=wrap;html=1;" value="Polaris&lt;br&gt;/gen/&lt;span style=&quot;white-space: pre-wrap; color: rgb(33, 33, 33); font-family: Inter, system-ui, -apple-system, &amp;quot;system-ui&amp;quot;, &amp;quot;Segoe UI&amp;quot;, Roboto, Oxygen, Ubuntu, Cantarell, &amp;quot;Fira Sans&amp;quot;, &amp;quot;Droid Sans&amp;quot;, Helvetica, Arial, sans-serif; text-align: left; background-color: rgb(255, 255, 255);&quot;&gt;getTmwJournalList&lt;br&gt;query = loan_acnt&lt;br/&gt;date = today&lt;/span&gt;" vertex="1">
          <mxGeometry height="120" width="190" x="3780" y="1372.5" as="geometry" />
        </mxCell>
        <mxCell id="In8fDh9ZLN2M87an2Miy-71" edge="1" parent="1" source="In8fDh9ZLN2M87an2Miy-69" style="edgeStyle=orthogonalEdgeStyle;rounded=0;orthogonalLoop=1;jettySize=auto;html=1;entryX=0;entryY=0.5;entryDx=0;entryDy=0;" target="In8fDh9ZLN2M87an2Miy-59">
          <mxGeometry relative="1" as="geometry" />
        </mxCell>
        <mxCell id="In8fDh9ZLN2M87an2Miy-77" connectable="0" parent="In8fDh9ZLN2M87an2Miy-71" style="edgeLabel;html=1;align=center;verticalAlign=middle;resizable=0;points=[];" value="1 - loan_application is new" vertex="1">
          <mxGeometry relative="1" x="0.0312" y="-3" as="geometry">
            <mxPoint as="offset" />
          </mxGeometry>
        </mxCell>
        <mxCell id="In8fDh9ZLN2M87an2Miy-73" edge="1" parent="1" source="In8fDh9ZLN2M87an2Miy-69" style="edgeStyle=orthogonalEdgeStyle;rounded=0;orthogonalLoop=1;jettySize=auto;html=1;entryX=0.5;entryY=0;entryDx=0;entryDy=0;" target="In8fDh9ZLN2M87an2Miy-111" value="">
          <mxGeometry relative="1" as="geometry">
            <mxPoint x="4303.87" y="1960" as="targetPoint" />
          </mxGeometry>
        </mxCell>
        <mxCell id="In8fDh9ZLN2M87an2Miy-74" connectable="0" parent="In8fDh9ZLN2M87an2Miy-73" style="edgeLabel;html=1;align=center;verticalAlign=middle;resizable=0;points=[];" value="0 - loan_application_id found" vertex="1">
          <mxGeometry relative="1" x="-0.1975" as="geometry">
            <mxPoint as="offset" />
          </mxGeometry>
        </mxCell>
        <mxCell id="In8fDh9ZLN2M87an2Miy-69" parent="1" style="rhombus;whiteSpace=wrap;html=1;verticalAlign=middle;" value="&lt;div style=&quot;text-align: center;&quot;&gt;&lt;span style=&quot;background-color: light-dark(rgb(255, 255, 255), rgb(18, 18, 18)); color: light-dark(rgb(33, 33, 33), rgb(209, 209, 209)); font-family: Inter, system-ui, -apple-system, &amp;quot;system-ui&amp;quot;, &amp;quot;Segoe UI&amp;quot;, Roboto, Oxygen, Ubuntu, Cantarell, &amp;quot;Fira Sans&amp;quot;, &amp;quot;Droid Sans&amp;quot;, Helvetica, Arial, sans-serif; text-align: left; white-space: pre-wrap;&quot;&gt;journalList&lt;br&gt;NOT CONTAINS&lt;/span&gt;&lt;/div&gt;&lt;span style=&quot;white-space: pre-wrap; color: rgb(33, 33, 33); font-family: Inter, system-ui, -apple-system, &amp;quot;system-ui&amp;quot;, &amp;quot;Segoe UI&amp;quot;, Roboto, Oxygen, Ubuntu, Cantarell, &amp;quot;Fira Sans&amp;quot;, &amp;quot;Droid Sans&amp;quot;, Helvetica, Arial, sans-serif; text-align: left; background-color: rgb(255, 255, 255);&quot;&gt;loan_application_id&lt;/span&gt;" vertex="1">
          <mxGeometry height="210" width="230" x="4189.5" y="1655" as="geometry" />
        </mxCell>
        <mxCell id="In8fDh9ZLN2M87an2Miy-78" edge="1" parent="1" source="In8fDh9ZLN2M87an2Miy-79" style="edgeStyle=orthogonalEdgeStyle;rounded=0;orthogonalLoop=1;jettySize=auto;html=1;" target="In8fDh9ZLN2M87an2Miy-80" value="">
          <mxGeometry relative="1" as="geometry" />
        </mxCell>
        <mxCell id="In8fDh9ZLN2M87an2Miy-79" parent="1" style="whiteSpace=wrap;html=1;" value="loan_application&lt;br&gt;success" vertex="1">
          <mxGeometry height="60" width="120" x="5616.37" y="1730" as="geometry" />
        </mxCell>
        <mxCell id="In8fDh9ZLN2M87an2Miy-132" edge="1" parent="1" source="In8fDh9ZLN2M87an2Miy-80" style="edgeStyle=orthogonalEdgeStyle;rounded=0;orthogonalLoop=1;jettySize=auto;html=1;" target="In8fDh9ZLN2M87an2Miy-131" value="">
          <mxGeometry relative="1" as="geometry" />
        </mxCell>
        <mxCell id="In8fDh9ZLN2M87an2Miy-80" parent="1" style="whiteSpace=wrap;html=1;" value="release &lt;br&gt;loan_limit.held_amount" vertex="1">
          <mxGeometry height="60" width="215" x="5568.87" y="1830" as="geometry" />
        </mxCell>
        <mxCell id="In8fDh9ZLN2M87an2Miy-95" edge="1" parent="1" source="In8fDh9ZLN2M87an2Miy-82" style="edgeStyle=orthogonalEdgeStyle;rounded=0;orthogonalLoop=1;jettySize=auto;html=1;" target="In8fDh9ZLN2M87an2Miy-94" value="">
          <mxGeometry relative="1" as="geometry" />
        </mxCell>
        <mxCell id="In8fDh9ZLN2M87an2Miy-82" parent="1" style="whiteSpace=wrap;html=1;" value="loan_application&lt;br&gt;next_retry_at = now + 5min" vertex="1">
          <mxGeometry height="60" width="170" x="5283.87" y="1890" as="geometry" />
        </mxCell>
        <mxCell id="In8fDh9ZLN2M87an2Miy-88" parent="1" style="whiteSpace=wrap;html=1;" value="create loan" vertex="1">
          <mxGeometry height="60" width="215" x="5568.87" y="2063.75" as="geometry" />
        </mxCell>
        <mxCell id="In8fDh9ZLN2M87an2Miy-94" parent="1" style="whiteSpace=wrap;html=1;" value="retry_count &amp;gt; 3&lt;br&gt;status = unknown" vertex="1">
          <mxGeometry height="60" width="120" x="5308.87" y="2010" as="geometry" />
        </mxCell>
        <mxCell id="In8fDh9ZLN2M87an2Miy-105" parent="1" style="rounded=0;whiteSpace=wrap;html=1;" value="Scheduler" vertex="1">
          <mxGeometry height="60" width="120" x="3119.5" y="1397.5" as="geometry" />
        </mxCell>
        <mxCell id="In8fDh9ZLN2M87an2Miy-127" edge="1" parent="1" source="In8fDh9ZLN2M87an2Miy-111" style="edgeStyle=orthogonalEdgeStyle;rounded=0;orthogonalLoop=1;jettySize=auto;html=1;" target="In8fDh9ZLN2M87an2Miy-126" value="">
          <mxGeometry relative="1" as="geometry" />
        </mxCell>
        <mxCell id="In8fDh9ZLN2M87an2Miy-135" edge="1" parent="1" source="In8fDh9ZLN2M87an2Miy-111" style="edgeStyle=orthogonalEdgeStyle;rounded=0;orthogonalLoop=1;jettySize=auto;html=1;entryX=0;entryY=0.5;entryDx=0;entryDy=0;" target="In8fDh9ZLN2M87an2Miy-222">
          <mxGeometry relative="1" as="geometry">
            <mxPoint x="4520" y="2280" as="targetPoint" />
          </mxGeometry>
        </mxCell>
        <mxCell id="In8fDh9ZLN2M87an2Miy-111" parent="1" style="rhombus;whiteSpace=wrap;html=1;" value="loan -&amp;gt; casa exists" vertex="1">
          <mxGeometry height="180" width="166.25" x="4219.5" y="2190" as="geometry" />
        </mxCell>
        <mxCell id="In8fDh9ZLN2M87an2Miy-113" parent="1" style="whiteSpace=wrap;html=1;" value="status = approved&lt;br&gt;processed_at = now&lt;br&gt;release held_amount&lt;br&gt;create loan" vertex="1">
          <mxGeometry height="72.5" width="130" x="5329.37" y="2243.75" as="geometry" />
        </mxCell>
        <mxCell id="In8fDh9ZLN2M87an2Miy-122" edge="1" parent="1" source="In8fDh9ZLN2M87an2Miy-118" style="edgeStyle=orthogonalEdgeStyle;rounded=0;orthogonalLoop=1;jettySize=auto;html=1;" target="In8fDh9ZLN2M87an2Miy-121" value="">
          <mxGeometry relative="1" as="geometry" />
        </mxCell>
        <mxCell id="In8fDh9ZLN2M87an2Miy-118" parent="1" style="whiteSpace=wrap;html=1;" value="row lock&lt;br&gt;loan_application" vertex="1">
          <mxGeometry height="60" width="120" x="4069.5" y="1402.5" as="geometry" />
        </mxCell>
        <mxCell id="In8fDh9ZLN2M87an2Miy-124" edge="1" parent="1" source="In8fDh9ZLN2M87an2Miy-121" style="edgeStyle=orthogonalEdgeStyle;rounded=0;orthogonalLoop=1;jettySize=auto;html=1;" target="In8fDh9ZLN2M87an2Miy-123" value="">
          <mxGeometry relative="1" as="geometry" />
        </mxCell>
        <mxCell id="In8fDh9ZLN2M87an2Miy-125" edge="1" parent="1" source="In8fDh9ZLN2M87an2Miy-121" style="edgeStyle=orthogonalEdgeStyle;rounded=0;orthogonalLoop=1;jettySize=auto;html=1;entryX=0.5;entryY=0;entryDx=0;entryDy=0;" target="In8fDh9ZLN2M87an2Miy-69">
          <mxGeometry relative="1" as="geometry" />
        </mxCell>
        <mxCell id="In8fDh9ZLN2M87an2Miy-121" parent="1" style="rhombus;whiteSpace=wrap;html=1;" value="processed_at &lt;br&gt;is not null" vertex="1">
          <mxGeometry height="115" width="110" x="4249.5" y="1375" as="geometry" />
        </mxCell>
        <mxCell id="In8fDh9ZLN2M87an2Miy-123" parent="1" style="whiteSpace=wrap;html=1;" value="skip processing" vertex="1">
          <mxGeometry height="60" width="120" x="4434.5" y="1402.5" as="geometry" />
        </mxCell>
        <mxCell id="In8fDh9ZLN2M87an2Miy-216" edge="1" parent="1" source="In8fDh9ZLN2M87an2Miy-126" style="edgeStyle=orthogonalEdgeStyle;rounded=0;orthogonalLoop=1;jettySize=auto;html=1;entryX=0.5;entryY=0;entryDx=0;entryDy=0;" target="In8fDh9ZLN2M87an2Miy-214">
          <mxGeometry relative="1" as="geometry" />
        </mxCell>
        <mxCell id="In8fDh9ZLN2M87an2Miy-126" parent="1" style="whiteSpace=wrap;html=1;" value="polaris&lt;br&gt;/loan/&lt;span style=&quot;white-space: pre-wrap; color: rgb(33, 33, 33); font-family: Inter, system-ui, -apple-system, &amp;quot;system-ui&amp;quot;, &amp;quot;Segoe UI&amp;quot;, Roboto, Oxygen, Ubuntu, Cantarell, &amp;quot;Fira Sans&amp;quot;, &amp;quot;Droid Sans&amp;quot;, Helvetica, Arial, sans-serif; text-align: left; background-color: rgb(255, 255, 255);&quot;&gt;grantLoanNonCash&lt;/span&gt;" vertex="1">
          <mxGeometry height="60" width="157.38" x="4223.93" y="2440" as="geometry" />
        </mxCell>
        <mxCell id="In8fDh9ZLN2M87an2Miy-130" parent="1" style="rounded=0;whiteSpace=wrap;html=1;fontSize=21;" value="WHERE TO TRIGGER CGW???" vertex="1">
          <mxGeometry height="290" width="450.63" x="5285.74" y="2290" as="geometry" />
        </mxCell>
        <mxCell id="In8fDh9ZLN2M87an2Miy-133" edge="1" parent="1" source="In8fDh9ZLN2M87an2Miy-131" style="edgeStyle=orthogonalEdgeStyle;rounded=0;orthogonalLoop=1;jettySize=auto;html=1;" target="In8fDh9ZLN2M87an2Miy-88" value="">
          <mxGeometry relative="1" as="geometry" />
        </mxCell>
        <mxCell id="In8fDh9ZLN2M87an2Miy-131" parent="1" style="whiteSpace=wrap;html=1;" value="processed_at = now" vertex="1">
          <mxGeometry height="60" width="120" x="5616.37" y="1942.5" as="geometry" />
        </mxCell>
        <mxCell id="In8fDh9ZLN2M87an2Miy-141" edge="1" parent="1" source="In8fDh9ZLN2M87an2Miy-134" style="edgeStyle=orthogonalEdgeStyle;rounded=0;orthogonalLoop=1;jettySize=auto;html=1;entryX=0;entryY=0.5;entryDx=0;entryDy=0;" target="In8fDh9ZLN2M87an2Miy-139">
          <mxGeometry relative="1" as="geometry" />
        </mxCell>
        <mxCell id="In8fDh9ZLN2M87an2Miy-145" edge="1" parent="1" source="In8fDh9ZLN2M87an2Miy-134" style="edgeStyle=orthogonalEdgeStyle;rounded=0;orthogonalLoop=1;jettySize=auto;html=1;" target="In8fDh9ZLN2M87an2Miy-144" value="">
          <mxGeometry relative="1" as="geometry" />
        </mxCell>
        <mxCell id="In8fDh9ZLN2M87an2Miy-134" parent="1" style="rhombus;whiteSpace=wrap;html=1;" value="casa -&amp;gt; domestic (CGW)&lt;br&gt;exists?" vertex="1">
          <mxGeometry height="180" width="190" x="4860" y="2190" as="geometry" />
        </mxCell>
        <mxCell id="In8fDh9ZLN2M87an2Miy-142" edge="1" parent="1" source="In8fDh9ZLN2M87an2Miy-139" style="edgeStyle=orthogonalEdgeStyle;rounded=0;orthogonalLoop=1;jettySize=auto;html=1;entryX=0;entryY=0.5;entryDx=0;entryDy=0;" target="In8fDh9ZLN2M87an2Miy-113">
          <mxGeometry relative="1" as="geometry" />
        </mxCell>
        <mxCell id="In8fDh9ZLN2M87an2Miy-139" parent="1" style="rhombus;whiteSpace=wrap;html=1;" value="casa -&amp;gt; domestic amount = loan_amount" vertex="1">
          <mxGeometry height="180" width="172.5" x="5110" y="2190" as="geometry" />
        </mxCell>
        <mxCell id="In8fDh9ZLN2M87an2Miy-147" edge="1" parent="1" source="In8fDh9ZLN2M87an2Miy-144" style="edgeStyle=orthogonalEdgeStyle;rounded=0;orthogonalLoop=1;jettySize=auto;html=1;" target="In8fDh9ZLN2M87an2Miy-146" value="">
          <mxGeometry relative="1" as="geometry" />
        </mxCell>
        <mxCell id="In8fDh9ZLN2M87an2Miy-144" parent="1" style="whiteSpace=wrap;html=1;" value="Trigger CGW" vertex="1">
          <mxGeometry height="60" width="120" x="4895" y="2482.5" as="geometry" />
        </mxCell>
        <mxCell id="In8fDh9ZLN2M87an2Miy-148" edge="1" parent="1" source="In8fDh9ZLN2M87an2Miy-146" style="edgeStyle=orthogonalEdgeStyle;rounded=0;orthogonalLoop=1;jettySize=auto;html=1;entryX=0.5;entryY=1;entryDx=0;entryDy=0;" target="In8fDh9ZLN2M87an2Miy-113">
          <mxGeometry relative="1" as="geometry" />
        </mxCell>
        <mxCell id="In8fDh9ZLN2M87an2Miy-150" edge="1" parent="1" source="In8fDh9ZLN2M87an2Miy-146" style="edgeStyle=orthogonalEdgeStyle;rounded=0;orthogonalLoop=1;jettySize=auto;html=1;" target="In8fDh9ZLN2M87an2Miy-149" value="">
          <mxGeometry relative="1" as="geometry" />
        </mxCell>
        <mxCell id="In8fDh9ZLN2M87an2Miy-146" parent="1" style="rhombus;whiteSpace=wrap;html=1;" value="200" vertex="1">
          <mxGeometry height="80" width="80" x="5115" y="2472.5" as="geometry" />
        </mxCell>
        <mxCell id="In8fDh9ZLN2M87an2Miy-149" parent="1" style="whiteSpace=wrap;html=1;" value="next_retry_at = now + 5min" vertex="1">
          <mxGeometry height="60" width="155" x="5077.5" y="2650" as="geometry" />
        </mxCell>
        <mxCell id="In8fDh9ZLN2M87an2Miy-154" edge="1" parent="1" source="In8fDh9ZLN2M87an2Miy-152" style="edgeStyle=orthogonalEdgeStyle;rounded=0;orthogonalLoop=1;jettySize=auto;html=1;entryX=0;entryY=0.5;entryDx=0;entryDy=0;" target="In8fDh9ZLN2M87an2Miy-153">
          <mxGeometry relative="1" as="geometry" />
        </mxCell>
        <mxCell id="In8fDh9ZLN2M87an2Miy-176" edge="1" parent="1" source="In8fDh9ZLN2M87an2Miy-152" style="edgeStyle=orthogonalEdgeStyle;rounded=0;orthogonalLoop=1;jettySize=auto;html=1;" target="In8fDh9ZLN2M87an2Miy-175" value="">
          <mxGeometry relative="1" as="geometry" />
        </mxCell>
        <mxCell id="In8fDh9ZLN2M87an2Miy-152" parent="1" style="rhombus;whiteSpace=wrap;html=1;" value="Polaris&lt;br&gt;/loan/&lt;span style=&quot;color: rgb(33, 33, 33); font-family: Inter, system-ui, -apple-system, &amp;quot;system-ui&amp;quot;, &amp;quot;Segoe UI&amp;quot;, Roboto, Oxygen, Ubuntu, Cantarell, &amp;quot;Fira Sans&amp;quot;, &amp;quot;Droid Sans&amp;quot;, Helvetica, Arial, sans-serif; text-align: left; white-space: pre-wrap; background-color: rgb(255, 255, 255);&quot;&gt;getAccountDetail&lt;/span&gt;&lt;br&gt;loan_application.amount &amp;lt;= polaris.available_amount" vertex="1">
          <mxGeometry height="190" width="230" x="1802.5" y="1060" as="geometry" />
        </mxCell>
        <mxCell id="In8fDh9ZLN2M87an2Miy-158" edge="1" parent="1" source="In8fDh9ZLN2M87an2Miy-153" style="edgeStyle=orthogonalEdgeStyle;rounded=0;orthogonalLoop=1;jettySize=auto;html=1;entryX=0;entryY=0.5;entryDx=0;entryDy=0;" target="In8fDh9ZLN2M87an2Miy-157">
          <mxGeometry relative="1" as="geometry" />
        </mxCell>
        <mxCell id="In8fDh9ZLN2M87an2Miy-153" parent="1" style="whiteSpace=wrap;html=1;" value="Polaris /loan/&lt;span style=&quot;color: rgb(33, 33, 33); font-family: Inter, system-ui, -apple-system, &amp;quot;system-ui&amp;quot;, &amp;quot;Segoe UI&amp;quot;, Roboto, Oxygen, Ubuntu, Cantarell, &amp;quot;Fira Sans&amp;quot;, &amp;quot;Droid Sans&amp;quot;, Helvetica, Arial, sans-serif; text-align: left; white-space: pre-wrap; background-color: rgb(255, 255, 255);&quot;&gt;grantLoanNonCash&lt;br/&gt;+ CGW trigger&lt;/span&gt;" vertex="1">
          <mxGeometry height="60" width="170" x="2130" y="1125" as="geometry" />
        </mxCell>
        <mxCell id="In8fDh9ZLN2M87an2Miy-177" edge="1" parent="1" source="In8fDh9ZLN2M87an2Miy-157" style="edgeStyle=orthogonalEdgeStyle;rounded=0;orthogonalLoop=1;jettySize=auto;html=1;entryX=0;entryY=0.5;entryDx=0;entryDy=0;" target="In8fDh9ZLN2M87an2Miy-105">
          <mxGeometry relative="1" as="geometry">
            <Array as="points">
              <mxPoint x="2400" y="1427" />
            </Array>
            <mxPoint x="2809.5" y="1427.5" as="targetPoint" />
          </mxGeometry>
        </mxCell>
        <mxCell id="In8fDh9ZLN2M87an2Miy-192" connectable="0" parent="In8fDh9ZLN2M87an2Miy-177" style="edgeLabel;html=1;align=center;verticalAlign=middle;resizable=0;points=[];" value="return warning?,&lt;br&gt;row is not scheduler&#39;s task&lt;div&gt;&lt;br&gt;&lt;/div&gt;" vertex="1">
          <mxGeometry relative="1" x="-0.7641" as="geometry">
            <mxPoint y="1" as="offset" />
          </mxGeometry>
        </mxCell>
        <mxCell id="In8fDh9ZLN2M87an2Miy-157" parent="1" style="rhombus;whiteSpace=wrap;html=1;" value="200" vertex="1">
          <mxGeometry height="80" width="80" x="2360" y="1115" as="geometry" />
        </mxCell>
        <mxCell id="In8fDh9ZLN2M87an2Miy-164" edge="1" parent="1" source="In8fDh9ZLN2M87an2Miy-161" style="edgeStyle=orthogonalEdgeStyle;rounded=0;orthogonalLoop=1;jettySize=auto;html=1;" target="In8fDh9ZLN2M87an2Miy-162" value="">
          <mxGeometry relative="1" as="geometry" />
        </mxCell>
        <mxCell id="In8fDh9ZLN2M87an2Miy-161" parent="1" style="rounded=0;whiteSpace=wrap;html=1;" value="loan account row lock" vertex="1">
          <mxGeometry height="60" width="145" x="895" y="1125" as="geometry" />
        </mxCell>
        <mxCell id="In8fDh9ZLN2M87an2Miy-165" edge="1" parent="1" source="In8fDh9ZLN2M87an2Miy-162" style="edgeStyle=orthogonalEdgeStyle;rounded=0;orthogonalLoop=1;jettySize=auto;html=1;" target="In8fDh9ZLN2M87an2Miy-12">
          <mxGeometry relative="1" as="geometry" />
        </mxCell>
        <mxCell id="In8fDh9ZLN2M87an2Miy-162" parent="1" style="rounded=0;whiteSpace=wrap;html=1;" value="&lt;span style=&quot;font-weight: 700; text-align: left;&quot;&gt;ROWLOCK - loan_limits.held_amount += amount&lt;/span&gt;" vertex="1">
          <mxGeometry height="60" width="215" x="1120" y="1125" as="geometry" />
        </mxCell>
        <mxCell id="In8fDh9ZLN2M87an2Miy-184" edge="1" parent="1" source="In8fDh9ZLN2M87an2Miy-166" style="edgeStyle=orthogonalEdgeStyle;rounded=0;orthogonalLoop=1;jettySize=auto;html=1;" target="In8fDh9ZLN2M87an2Miy-183" value="">
          <mxGeometry relative="1" as="geometry" />
        </mxCell>
        <mxCell id="In8fDh9ZLN2M87an2Miy-166" parent="1" style="swimlane;fontStyle=0;childLayout=stackLayout;horizontal=1;startSize=30;horizontalStack=0;resizeParent=1;resizeParentMax=0;resizeLast=0;collapsible=1;marginBottom=0;whiteSpace=wrap;html=1;" value="Loan issued" vertex="1">
          <mxGeometry height="150" width="210" x="2590" y="1130" as="geometry" />
        </mxCell>
        <mxCell id="In8fDh9ZLN2M87an2Miy-167" parent="In8fDh9ZLN2M87an2Miy-166" style="text;strokeColor=none;fillColor=none;align=left;verticalAlign=middle;spacingLeft=4;spacingRight=4;overflow=hidden;points=[[0,0.5],[1,0.5]];portConstraint=eastwest;rotatable=0;whiteSpace=wrap;html=1;" value="loan_application = approved" vertex="1">
          <mxGeometry height="30" width="210" y="30" as="geometry" />
        </mxCell>
        <mxCell id="In8fDh9ZLN2M87an2Miy-168" parent="In8fDh9ZLN2M87an2Miy-166" style="text;strokeColor=none;fillColor=none;align=left;verticalAlign=middle;spacingLeft=4;spacingRight=4;overflow=hidden;points=[[0,0.5],[1,0.5]];portConstraint=eastwest;rotatable=0;whiteSpace=wrap;html=1;" value="create loan" vertex="1">
          <mxGeometry height="30" width="210" y="60" as="geometry" />
        </mxCell>
        <mxCell id="In8fDh9ZLN2M87an2Miy-169" parent="In8fDh9ZLN2M87an2Miy-166" style="text;strokeColor=none;fillColor=none;align=left;verticalAlign=middle;spacingLeft=4;spacingRight=4;overflow=hidden;points=[[0,0.5],[1,0.5]];portConstraint=eastwest;rotatable=0;whiteSpace=wrap;html=1;" value="release lock" vertex="1">
          <mxGeometry height="30" width="210" y="90" as="geometry" />
        </mxCell>
        <mxCell id="In8fDh9ZLN2M87an2Miy-191" parent="In8fDh9ZLN2M87an2Miy-166" style="text;strokeColor=none;fillColor=none;align=left;verticalAlign=middle;spacingLeft=4;spacingRight=4;overflow=hidden;points=[[0,0.5],[1,0.5]];portConstraint=eastwest;rotatable=0;whiteSpace=wrap;html=1;" value="processed_at = now" vertex="1">
          <mxGeometry height="30" width="210" y="120" as="geometry" />
        </mxCell>
        <mxCell id="In8fDh9ZLN2M87an2Miy-170" edge="1" parent="1" source="In8fDh9ZLN2M87an2Miy-157" style="edgeStyle=orthogonalEdgeStyle;rounded=0;orthogonalLoop=1;jettySize=auto;html=1;entryX=0.003;entryY=0.156;entryDx=0;entryDy=0;entryPerimeter=0;" target="In8fDh9ZLN2M87an2Miy-166">
          <mxGeometry relative="1" as="geometry" />
        </mxCell>
        <mxCell id="In8fDh9ZLN2M87an2Miy-174" parent="1" style="text;html=1;whiteSpace=wrap;strokeColor=none;fillColor=none;align=center;verticalAlign=middle;rounded=0;" value="&lt;div style=&quot;background-color:#ffffff;color:#080808&quot;&gt;&lt;pre style=&quot;font-family:&#39;JetBrains Mono&#39;,monospace;font-size:9.8pt;&quot;&gt;&lt;span style=&quot;color:#9e880d;&quot;&gt;@Transactional&lt;/span&gt;(propagation = &lt;span style=&quot;color:#000000;&quot;&gt;Propagation&lt;/span&gt;.&lt;span style=&quot;color:#871094;font-style:italic;&quot;&gt;REQUIRES_NEW&lt;/span&gt;)&lt;/pre&gt;&lt;/div&gt;" vertex="1">
          <mxGeometry height="30" width="240" x="1200" y="1010" as="geometry" />
        </mxCell>
        <mxCell id="In8fDh9ZLN2M87an2Miy-175" parent="1" style="whiteSpace=wrap;html=1;" value="Rollback, return error" vertex="1">
          <mxGeometry height="60" width="132.5" x="1851.25" y="1295" as="geometry" />
        </mxCell>
        <mxCell id="In8fDh9ZLN2M87an2Miy-186" edge="1" parent="1" source="In8fDh9ZLN2M87an2Miy-183" style="edgeStyle=orthogonalEdgeStyle;rounded=0;orthogonalLoop=1;jettySize=auto;html=1;" target="In8fDh9ZLN2M87an2Miy-185" value="">
          <mxGeometry relative="1" as="geometry" />
        </mxCell>
        <mxCell id="In8fDh9ZLN2M87an2Miy-187" edge="1" parent="1" source="In8fDh9ZLN2M87an2Miy-183" style="edgeStyle=orthogonalEdgeStyle;rounded=0;orthogonalLoop=1;jettySize=auto;html=1;" target="In8fDh9ZLN2M87an2Miy-105">
          <mxGeometry relative="1" as="geometry">
            <Array as="points">
              <mxPoint x="2995" y="1427" />
            </Array>
          </mxGeometry>
        </mxCell>
        <mxCell id="In8fDh9ZLN2M87an2Miy-195" connectable="0" parent="In8fDh9ZLN2M87an2Miy-187" style="edgeLabel;html=1;align=center;verticalAlign=middle;resizable=0;points=[];" value="return warning?,&lt;br&gt;row is not scheduler&#39;s task&lt;div&gt;&lt;br&gt;&lt;/div&gt;" vertex="1">
          <mxGeometry relative="1" x="-0.5656" y="1" as="geometry">
            <mxPoint as="offset" />
          </mxGeometry>
        </mxCell>
        <mxCell id="In8fDh9ZLN2M87an2Miy-183" parent="1" style="rhombus;whiteSpace=wrap;html=1;fontStyle=0;startSize=30;horizontal=1;" value="db transaction success?" vertex="1">
          <mxGeometry height="135" width="130" x="2930" y="1122.5" as="geometry" />
        </mxCell>
        <mxCell id="In8fDh9ZLN2M87an2Miy-185" parent="1" style="whiteSpace=wrap;html=1;fontStyle=0;startSize=30;horizontal=1;" value="return success to client" vertex="1">
          <mxGeometry height="60" width="120" x="3145" y="1160" as="geometry" />
        </mxCell>
        <mxCell id="In8fDh9ZLN2M87an2Miy-189" parent="1" style="text;html=1;whiteSpace=wrap;strokeColor=none;fillColor=none;align=center;verticalAlign=middle;rounded=0;fontSize=26;" value="&lt;div style=&quot;background-color:#ffffff;color:#080808&quot;&gt;&lt;pre style=&quot;font-family: &amp;quot;JetBrains Mono&amp;quot;, monospace;&quot;&gt;&lt;span style=&quot;color:#9e880d;&quot;&gt;@Transactional&lt;/span&gt;(propagation = &lt;span style=&quot;color:#000000;&quot;&gt;Propagation&lt;/span&gt;.&lt;span style=&quot;color:#871094;font-style:italic;&quot;&gt;REQUIRES_NEW&lt;/span&gt;)&lt;/pre&gt;&lt;/div&gt;" vertex="1">
          <mxGeometry height="30" width="240" x="4918.87" y="1265" as="geometry" />
        </mxCell>
        <mxCell id="In8fDh9ZLN2M87an2Miy-198" parent="1" style="text;html=1;whiteSpace=wrap;strokeColor=none;fillColor=none;align=center;verticalAlign=middle;rounded=0;fontSize=32;" value="BNPL request flow" vertex="1">
          <mxGeometry height="30" width="470" x="-80" y="2930" as="geometry" />
        </mxCell>
        <mxCell id="In8fDh9ZLN2M87an2Miy-199" edge="1" parent="1" source="In8fDh9ZLN2M87an2Miy-200" style="edgeStyle=orthogonalEdgeStyle;rounded=0;orthogonalLoop=1;jettySize=auto;html=1;" target="In8fDh9ZLN2M87an2Miy-202" value="">
          <mxGeometry relative="1" as="geometry" />
        </mxCell>
        <mxCell id="In8fDh9ZLN2M87an2Miy-200" parent="1" style="shape=umlActor;verticalLabelPosition=bottom;verticalAlign=top;html=1;outlineConnect=0;" value="Actor" vertex="1">
          <mxGeometry height="60" width="30" x="20" y="3135" as="geometry" />
        </mxCell>
        <mxCell id="In8fDh9ZLN2M87an2Miy-201" edge="1" parent="1" source="In8fDh9ZLN2M87an2Miy-202" style="edgeStyle=orthogonalEdgeStyle;rounded=0;orthogonalLoop=1;jettySize=auto;html=1;entryX=0.011;entryY=0.06;entryDx=0;entryDy=0;entryPerimeter=0;" target="In8fDh9ZLN2M87an2Miy-209" value="">
          <mxGeometry relative="1" as="geometry">
            <mxPoint x="440" y="3165" as="targetPoint" />
          </mxGeometry>
        </mxCell>
        <mxCell id="In8fDh9ZLN2M87an2Miy-202" parent="1" style="whiteSpace=wrap;html=1;verticalAlign=top;" value="&lt;div&gt;&lt;br&gt;&lt;/div&gt;&lt;div&gt;One tap loan&lt;/div&gt;" vertex="1">
          <mxGeometry height="60" width="120" x="230" y="3135" as="geometry" />
        </mxCell>
        <mxCell id="In8fDh9ZLN2M87an2Miy-203" edge="1" parent="1" source="In8fDh9ZLN2M87an2Miy-205" style="edgeStyle=orthogonalEdgeStyle;rounded=0;orthogonalLoop=1;jettySize=auto;html=1;" target="In8fDh9ZLN2M87an2Miy-206" value="">
          <mxGeometry relative="1" as="geometry" />
        </mxCell>
        <mxCell id="In8fDh9ZLN2M87an2Miy-204" connectable="0" parent="In8fDh9ZLN2M87an2Miy-203" style="edgeLabel;html=1;align=center;verticalAlign=middle;resizable=0;points=[];" value="0" vertex="1">
          <mxGeometry relative="1" x="-0.2091" y="-1" as="geometry">
            <mxPoint as="offset" />
          </mxGeometry>
        </mxCell>
        <mxCell id="In8fDh9ZLN2M87an2Miy-213" edge="1" parent="1" source="In8fDh9ZLN2M87an2Miy-205" style="edgeStyle=orthogonalEdgeStyle;rounded=0;orthogonalLoop=1;jettySize=auto;html=1;" target="In8fDh9ZLN2M87an2Miy-212" value="">
          <mxGeometry relative="1" as="geometry" />
        </mxCell>
        <mxCell id="In8fDh9ZLN2M87an2Miy-205" parent="1" style="rhombus;whiteSpace=wrap;html=1;verticalAlign=top;" value="&lt;br&gt;&lt;br&gt;&lt;div&gt;&lt;br&gt;&lt;/div&gt;&lt;div&gt;Loan validation&lt;br&gt;success&lt;/div&gt;" vertex="1">
          <mxGeometry height="120" width="140" x="720" y="3105" as="geometry" />
        </mxCell>
        <mxCell id="In8fDh9ZLN2M87an2Miy-206" parent="1" style="whiteSpace=wrap;html=1;verticalAlign=middle;" value="Return err message" vertex="1">
          <mxGeometry height="60" width="120" x="730" y="3305" as="geometry" />
        </mxCell>
        <mxCell id="In8fDh9ZLN2M87an2Miy-207" edge="1" parent="1" source="In8fDh9ZLN2M87an2Miy-208" style="edgeStyle=orthogonalEdgeStyle;rounded=0;orthogonalLoop=1;jettySize=auto;html=1;entryX=0;entryY=0.5;entryDx=0;entryDy=0;" target="In8fDh9ZLN2M87an2Miy-205">
          <mxGeometry relative="1" as="geometry" />
        </mxCell>
        <mxCell id="In8fDh9ZLN2M87an2Miy-208" parent="1" style="swimlane;fontStyle=0;childLayout=stackLayout;horizontal=1;startSize=30;horizontalStack=0;resizeParent=1;resizeParentMax=0;resizeLast=0;collapsible=1;marginBottom=0;whiteSpace=wrap;html=1;" value="Validations" vertex="1">
          <mxGeometry height="120" width="140" x="460" y="3135" as="geometry" />
        </mxCell>
        <mxCell id="In8fDh9ZLN2M87an2Miy-209" parent="In8fDh9ZLN2M87an2Miy-208" style="text;strokeColor=none;fillColor=none;align=left;verticalAlign=middle;spacingLeft=4;spacingRight=4;overflow=hidden;points=[[0,0.5],[1,0.5]];portConstraint=eastwest;rotatable=0;whiteSpace=wrap;html=1;" value="user status" vertex="1">
          <mxGeometry height="30" width="140" y="30" as="geometry" />
        </mxCell>
        <mxCell id="In8fDh9ZLN2M87an2Miy-210" parent="In8fDh9ZLN2M87an2Miy-208" style="text;strokeColor=none;fillColor=none;align=left;verticalAlign=middle;spacingLeft=4;spacingRight=4;overflow=hidden;points=[[0,0.5],[1,0.5]];portConstraint=eastwest;rotatable=0;whiteSpace=wrap;html=1;" value="kyc status" vertex="1">
          <mxGeometry height="30" width="140" y="60" as="geometry" />
        </mxCell>
        <mxCell id="In8fDh9ZLN2M87an2Miy-211" parent="In8fDh9ZLN2M87an2Miy-208" style="text;strokeColor=none;fillColor=none;align=left;verticalAlign=middle;spacingLeft=4;spacingRight=4;overflow=hidden;points=[[0,0.5],[1,0.5]];portConstraint=eastwest;rotatable=0;whiteSpace=wrap;html=1;" value="loan limit status" vertex="1">
          <mxGeometry height="30" width="140" y="90" as="geometry" />
        </mxCell>
        <mxCell id="In8fDh9ZLN2M87an2Miy-212" parent="1" style="whiteSpace=wrap;html=1;verticalAlign=middle;" value="Same as one-tap ??" vertex="1">
          <mxGeometry height="60" width="120" x="950" y="3135" as="geometry" />
        </mxCell>
        <mxCell id="In8fDh9ZLN2M87an2Miy-218" edge="1" parent="1" source="In8fDh9ZLN2M87an2Miy-214" style="edgeStyle=orthogonalEdgeStyle;rounded=0;orthogonalLoop=1;jettySize=auto;html=1;entryX=0;entryY=0.5;entryDx=0;entryDy=0;" target="In8fDh9ZLN2M87an2Miy-134">
          <mxGeometry relative="1" as="geometry">
            <Array as="points">
              <mxPoint x="4860" y="2630" />
            </Array>
          </mxGeometry>
        </mxCell>
        <mxCell id="In8fDh9ZLN2M87an2Miy-221" edge="1" parent="1" source="In8fDh9ZLN2M87an2Miy-214" style="edgeStyle=orthogonalEdgeStyle;rounded=0;orthogonalLoop=1;jettySize=auto;html=1;entryX=0;entryY=0.5;entryDx=0;entryDy=0;" target="In8fDh9ZLN2M87an2Miy-149">
          <mxGeometry relative="1" as="geometry">
            <Array as="points">
              <mxPoint x="4303" y="2680" />
            </Array>
          </mxGeometry>
        </mxCell>
        <mxCell id="In8fDh9ZLN2M87an2Miy-214" parent="1" style="rhombus;whiteSpace=wrap;html=1;" value="200" vertex="1">
          <mxGeometry height="80" width="80" x="4262.62" y="2590" as="geometry" />
        </mxCell>
        <mxCell id="In8fDh9ZLN2M87an2Miy-223" edge="1" parent="1" source="In8fDh9ZLN2M87an2Miy-222" style="edgeStyle=orthogonalEdgeStyle;rounded=0;orthogonalLoop=1;jettySize=auto;html=1;" target="In8fDh9ZLN2M87an2Miy-134">
          <mxGeometry relative="1" as="geometry" />
        </mxCell>
        <mxCell id="In8fDh9ZLN2M87an2Miy-226" edge="1" parent="1" source="In8fDh9ZLN2M87an2Miy-222" style="edgeStyle=orthogonalEdgeStyle;rounded=0;orthogonalLoop=1;jettySize=auto;html=1;" target="In8fDh9ZLN2M87an2Miy-225" value="">
          <mxGeometry relative="1" as="geometry" />
        </mxCell>
        <mxCell id="In8fDh9ZLN2M87an2Miy-222" parent="1" style="rhombus;whiteSpace=wrap;html=1;" value="loan -&amp;gt; casa &lt;br&gt;amount match" vertex="1">
          <mxGeometry height="156.25" width="155" x="4561.37" y="2201.88" as="geometry" />
        </mxCell>
        <mxCell id="In8fDh9ZLN2M87an2Miy-225" parent="1" style="whiteSpace=wrap;html=1;" value="status = manual_review??" vertex="1">
          <mxGeometry height="60" width="120" x="4578.87" y="2429.995" as="geometry" />
        </mxCell>
      </root>
    </mxGraphModel>
  </diagram>
</mxfile>
